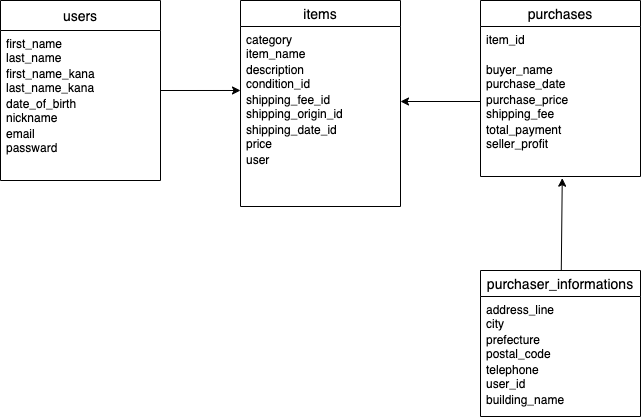
This is furima.png from minamoit/furima-39233, a draw.io export, as it was before one commit. Source tidied: cells renumbered, new cells last; positions are measured from the earlier drawing's top-left corner, leaving out a move shared by most shapes.
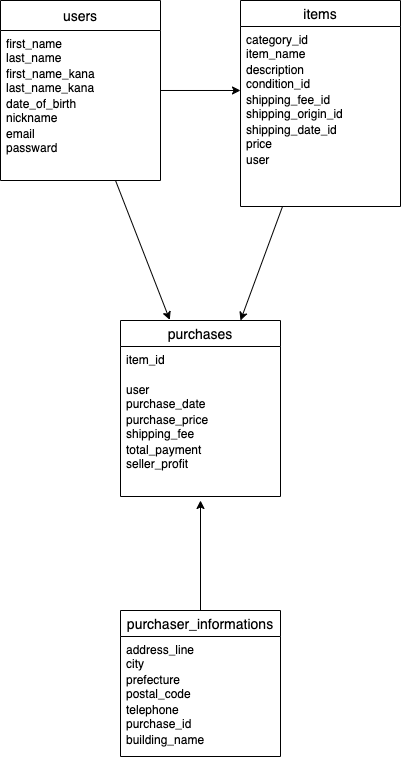
Above is the later version.

Change to the diagram source:
```diff
@@ -11,6 +11,9 @@
     <mxCell id="3" style="html=1;entryX=0;entryY=0.133;entryDx=0;entryDy=0;entryPerimeter=0;" parent="1" edge="1" source="4" target="13">
       <mxGeometry relative="1" as="geometry" />
     </mxCell>
+    <mxCell id="30" style="edgeStyle=none;html=1;entryX=0.308;entryY=-0.003;entryDx=0;entryDy=0;entryPerimeter=0;" parent="1" edge="1" source="4" target="17">
+      <mxGeometry relative="1" as="geometry" />
+    </mxCell>
     <mxCell id="4" value="users" style="swimlane;fontStyle=0;horizontal=1;startSize=30;align=center;fontSize=14;rounded=0;" parent="1" vertex="1">
       <mxGeometry width="160" height="180" as="geometry" />
     </mxCell>
@@ -29,10 +32,13 @@
     <mxCell id="9" style="text;strokeColor=none;fillColor=none;spacingLeft=4;spacingRight=4;overflow=hidden;fontSize=12;rounded=0;" parent="4" vertex="1">
       <mxGeometry y="150" width="160" height="30" as="geometry" />
     </mxCell>
+    <mxCell id="31" style="edgeStyle=none;html=1;entryX=0.75;entryY=0;entryDx=0;entryDy=0;" parent="1" edge="1" source="10" target="17">
+      <mxGeometry relative="1" as="geometry" />
+    </mxCell>
     <mxCell id="10" value="items" style="swimlane;fontStyle=0;horizontal=1;startSize=26;align=center;fontSize=14;" parent="1" vertex="1">
       <mxGeometry x="240" width="160" height="206" as="geometry" />
     </mxCell>
-    <mxCell id="11" value="category&#10;item_name&#10;" style="text;strokeColor=none;fillColor=none;spacingLeft=4;spacingRight=4;overflow=hidden;fontSize=12;" parent="10" vertex="1">
+    <mxCell id="11" value="category_id&#10;item_name&#10;" style="text;strokeColor=none;fillColor=none;spacingLeft=4;spacingRight=4;overflow=hidden;fontSize=12;" parent="10" vertex="1">
       <mxGeometry y="26" width="160" height="30" as="geometry" />
     </mxCell>
     <mxCell id="12" value="description&#10;condition_id" style="text;strokeColor=none;fillColor=none;spacingLeft=4;spacingRight=4;overflow=hidden;fontSize=12;" parent="10" vertex="1">
@@ -51,12 +57,12 @@
       <mxGeometry y="176" width="160" height="30" as="geometry" />
     </mxCell>
     <mxCell id="17" value="purchases" style="swimlane;fontStyle=0;horizontal=1;startSize=26;align=center;fontSize=14;" parent="1" vertex="1">
-      <mxGeometry x="480" width="160" height="176" as="geometry" />
+      <mxGeometry x="120" y="320" width="160" height="176" as="geometry" />
     </mxCell>
     <mxCell id="18" value="item_id" style="text;strokeColor=none;fillColor=none;spacingLeft=4;spacingRight=4;overflow=hidden;fontSize=12;" parent="17" vertex="1">
       <mxGeometry y="26" width="160" height="30" as="geometry" />
     </mxCell>
-    <mxCell id="19" value="buyer_name&#10;purchase_date&#10;" style="text;strokeColor=none;fillColor=none;spacingLeft=4;spacingRight=4;overflow=hidden;fontSize=12;" parent="17" vertex="1">
+    <mxCell id="19" value="user&#10;purchase_date&#10;" style="text;strokeColor=none;fillColor=none;spacingLeft=4;spacingRight=4;overflow=hidden;fontSize=12;" parent="17" vertex="1">
       <mxGeometry y="56" width="160" height="30" as="geometry" />
     </mxCell>
     <mxCell id="20" value="purchase_price&#10;shipping_fee&#10;total_payment&#10;seller_profit" style="text;strokeColor=none;fillColor=none;spacingLeft=4;spacingRight=4;overflow=hidden;points=[[0,0.5],[1,0.5]];portConstraint=eastwest;fontSize=12;" parent="17" vertex="1">
@@ -68,11 +74,13 @@
     <mxCell id="22" style="text;strokeColor=none;fillColor=none;spacingLeft=4;spacingRight=4;overflow=hidden;points=[[0,0.5],[1,0.5]];portConstraint=eastwest;fontSize=12;" parent="17" vertex="1">
       <mxGeometry y="146" width="160" height="30" as="geometry" />
     </mxCell>
-    <mxCell id="23" style="edgeStyle=none;html=1;entryX=0.511;entryY=1.056;entryDx=0;entryDy=0;entryPerimeter=0;" parent="1" edge="1" source="24" target="22">
-      <mxGeometry relative="1" as="geometry" />
-    </mxCell>
+    <mxCell id="32" style="edgeStyle=none;html=1;" parent="1" edge="1" source="24">
+      <mxGeometry relative="1" as="geometry">
+        <mxPoint x="200" y="500" as="targetPoint" />
+      </mxGeometry>
+    </mxCell>
     <mxCell id="24" value="purchaser_informations" style="swimlane;fontStyle=0;horizontal=1;startSize=26;align=center;fontSize=14;" parent="1" vertex="1">
-      <mxGeometry x="480" y="270" width="160" height="146" as="geometry" />
+      <mxGeometry x="120" y="610" width="160" height="146" as="geometry" />
     </mxCell>
     <mxCell id="25" value="address_line&#10;city&#10;" style="text;strokeColor=none;fillColor=none;spacingLeft=4;spacingRight=4;overflow=hidden;fontSize=12;" parent="24" vertex="1">
       <mxGeometry y="26" width="160" height="30" as="geometry" />
@@ -80,14 +88,11 @@
     <mxCell id="26" value="prefecture&#10;postal_code" style="text;strokeColor=none;fillColor=none;spacingLeft=4;spacingRight=4;overflow=hidden;fontSize=12;" parent="24" vertex="1">
       <mxGeometry y="56" width="160" height="30" as="geometry" />
     </mxCell>
-    <mxCell id="27" value="telephone&#10;user_id&#10;building_name" style="text;strokeColor=none;fillColor=none;spacingLeft=4;spacingRight=4;overflow=hidden;fontSize=12;" parent="24" vertex="1">
+    <mxCell id="27" value="telephone&#10;purchase_id&#10;building_name" style="text;strokeColor=none;fillColor=none;spacingLeft=4;spacingRight=4;overflow=hidden;fontSize=12;" parent="24" vertex="1">
       <mxGeometry y="86" width="160" height="30" as="geometry" />
     </mxCell>
     <mxCell id="28" value="building_name" style="text;strokeColor=none;fillColor=none;spacingLeft=4;spacingRight=4;overflow=hidden;fontSize=12;" parent="24" vertex="1">
       <mxGeometry y="116" width="160" height="30" as="geometry" />
     </mxCell>
-    <mxCell id="29" style="edgeStyle=none;html=1;exitX=0;exitY=0.5;exitDx=0;exitDy=0;entryX=1;entryY=0.5;entryDx=0;entryDy=0;" parent="1" edge="1" source="20" target="13">
-      <mxGeometry relative="1" as="geometry" />
-    </mxCell>
   </root>
 </mxGraphModel>
```
